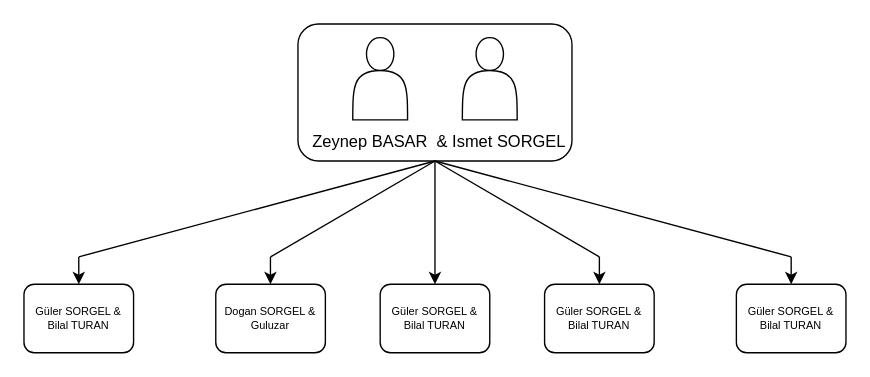
Wiviou/printf42 keeps this draw.io diagram as Diagramme sans nom.drawio. Above is the earlier version. Source tidied: cells renumbered, new cells numbered last; positions are measured from the earlier drawing's top-left corner, leaving out a move shared by most shapes. Both pictures are drawn from the tidied source at 137%, with x=0, y=0 at pixel (23, 23).
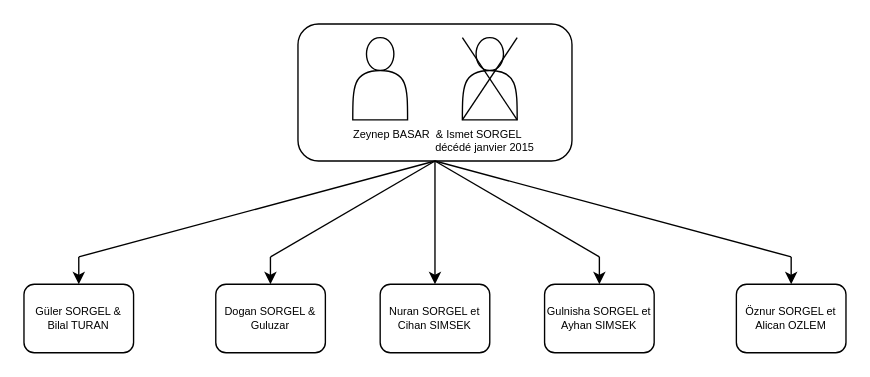
Above is the later version.

Commit message (it also covers changes not shown here):
Mettre à jour Diagramme sans nom.drawio

Diff of the diagram source:
```diff
@@
-    <mxCell id="2" value="&lt;div&gt;&lt;br&gt;&lt;/div&gt;&lt;div&gt;&lt;br&gt;&lt;/div&gt;&lt;div&gt;&lt;br&gt;&lt;/div&gt;&lt;div&gt;&lt;br&gt;&lt;/div&gt;&lt;div&gt;&lt;br&gt;&lt;/div&gt;&lt;div&gt;&amp;nbsp; Zeynep BASAR&amp;nbsp; &amp;amp; Ismet SORGEL&lt;br&gt;&lt;/div&gt;" style="rounded=1;whiteSpace=wrap;html=1;fontSize=12;glass=0;strokeWidth=1;shadow=0;" parent="1" vertex="1">
+    <mxCell id="2" value="&lt;div&gt;&lt;br&gt;&lt;/div&gt;&lt;div&gt;&lt;br&gt;&lt;/div&gt;&lt;div&gt;&lt;br&gt;&lt;/div&gt;&lt;div&gt;&lt;br&gt;&lt;/div&gt;&lt;div&gt;&lt;br&gt;&lt;/div&gt;&lt;div style=&quot;font-size: 8px;&quot;&gt;&amp;nbsp; Zeynep BASAR&amp;nbsp; &amp;amp; Ismet SORGEL&lt;br&gt;&amp;nbsp;&amp;nbsp;&amp;nbsp;&amp;nbsp;&amp;nbsp;&amp;nbsp;&amp;nbsp;&amp;nbsp;&amp;nbsp;&amp;nbsp;&amp;nbsp;&amp;nbsp;&amp;nbsp;&amp;nbsp;&amp;nbsp;&amp;nbsp;&amp;nbsp;&amp;nbsp;&amp;nbsp;&amp;nbsp;&amp;nbsp;&amp;nbsp;&amp;nbsp;&amp;nbsp;&amp;nbsp;&amp;nbsp;&amp;nbsp;&amp;nbsp;&amp;nbsp;&amp;nbsp;&amp;nbsp;&amp;nbsp; décédé janvier 2015&lt;br&gt;&lt;/div&gt;" style="rounded=1;whiteSpace=wrap;html=1;fontSize=12;glass=0;strokeWidth=1;shadow=0;" parent="1" vertex="1">
       <mxGeometry x="200" width="200" height="100" as="geometry" />
     </mxCell>
@@
-    <mxCell id="11" value="Güler SORGEL &amp;amp; Bilal TURAN" style="rounded=1;whiteSpace=wrap;html=1;fontSize=8;glass=0;strokeWidth=1;shadow=0;" parent="1" vertex="1">
+    <mxCell id="11" value="Nuran SORGEL et Cihan SIMSEK" style="rounded=1;whiteSpace=wrap;html=1;fontSize=8;glass=0;strokeWidth=1;shadow=0;" parent="1" vertex="1">
       <mxGeometry x="260" y="190" width="80" height="50" as="geometry" />
     </mxCell>
@@
-    <mxCell id="15" value="Güler SORGEL &amp;amp; Bilal TURAN" style="rounded=1;whiteSpace=wrap;html=1;fontSize=8;glass=0;strokeWidth=1;shadow=0;" parent="1" vertex="1">
+    <mxCell id="15" value="Gulnisha SORGEL et Ayhan SIMSEK" style="rounded=1;whiteSpace=wrap;html=1;fontSize=8;glass=0;strokeWidth=1;shadow=0;" parent="1" vertex="1">
       <mxGeometry x="380" y="190" width="80" height="50" as="geometry" />
     </mxCell>
-    <mxCell id="16" value="Güler SORGEL &amp;amp; Bilal TURAN" style="rounded=1;whiteSpace=wrap;html=1;fontSize=8;glass=0;strokeWidth=1;shadow=0;" parent="1" vertex="1">
+    <mxCell id="16" value="Öznur SORGEL et Alican OZLEM" style="rounded=1;whiteSpace=wrap;html=1;fontSize=8;glass=0;strokeWidth=1;shadow=0;" parent="1" vertex="1">
       <mxGeometry x="520" y="190" width="80" height="50" as="geometry" />
     </mxCell>
@@
+    <mxCell id="19" style="endArrow=none;html=1;rounded=0;" parent="1" edge="1">
+      <mxGeometry relative="1" as="geometry">
+        <mxPoint x="320" y="10" as="sourcePoint" />
+        <mxPoint x="360" y="70" as="targetPoint" />
+      </mxGeometry>
+    </mxCell>
+    <mxCell id="20" style="endArrow=none;html=1;rounded=0;" parent="1" edge="1">
+      <mxGeometry relative="1" as="geometry">
+        <mxPoint x="360" y="10" as="sourcePoint" />
+        <mxPoint x="320" y="70" as="targetPoint" />
+      </mxGeometry>
+    </mxCell>
```
